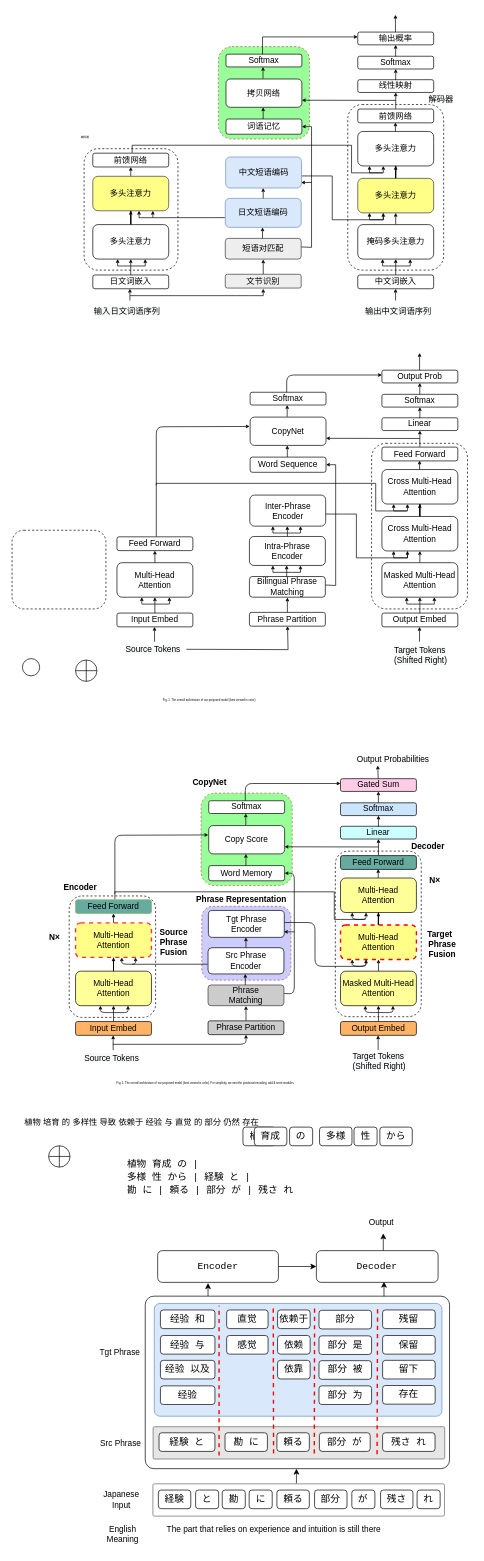
The draw.io diagram phraseNMT.drawio in lizezhonglaile/drawio, before the edit. Source tidied: cells renumbered, new cells numbered last; positions are measured from the earlier drawing's top-left corner, leaving out a move shared by most shapes. Both pictures are drawn from the tidied source at 69%, with x=0, y=0 at pixel (12, 14).
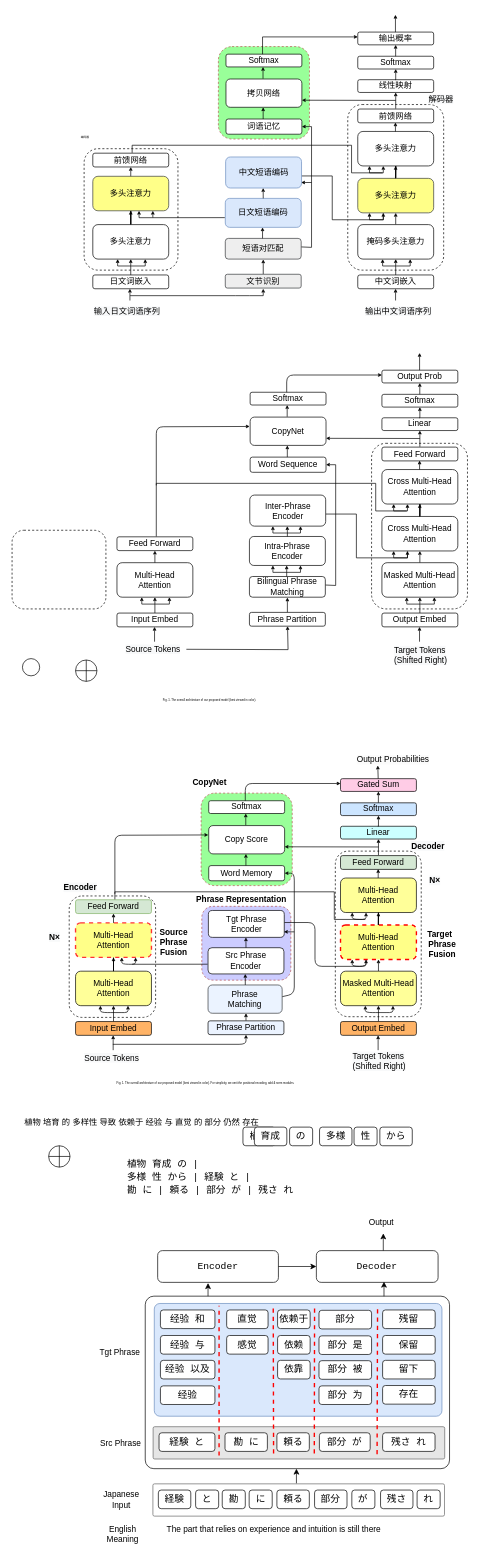
The same page after the edit.

Change to the diagram source:
```diff
@@
-    <mxCell id="62" value="Phrase&lt;br&gt;Matching" style="rounded=1;whiteSpace=wrap;html=1;fillColor=#CCCCCC;strokeColor=#36393d;" parent="1" vertex="1">
-      <mxGeometry x="284" y="1406" width="110" height="30" as="geometry" />
+    <mxCell id="62" value="Phrase&lt;br&gt;Matching" style="rounded=1;whiteSpace=wrap;html=1;fillColor=#EBF3FF;strokeColor=#36393d;" parent="1" vertex="1">
+      <mxGeometry x="284" y="1406" width="107.4" height="41" as="geometry" />
     </mxCell>
@@
-    <mxCell id="66" style="edgeStyle=orthogonalEdgeStyle;rounded=0;orthogonalLoop=1;jettySize=auto;html=1;entryX=0.5;entryY=1;entryDx=0;entryDy=0;endSize=3;startSize=3;exitX=0.5;exitY=0;exitDx=0;exitDy=0;" parent="1" edge="1">
+    <mxCell id="66" style="edgeStyle=orthogonalEdgeStyle;rounded=0;jettySize=auto;html=1;endSize=3;startSize=3;exitX=0.5;exitY=0;exitDx=0;exitDy=0;" parent="1" edge="1" source="180">
       <mxGeometry relative="1" as="geometry">
-        <mxPoint x="339" y="1458" as="sourcePoint" />
-        <mxPoint x="339" y="1436.5" as="targetPoint" />
+        <mxPoint x="339" y="1447" as="targetPoint" />
       </mxGeometry>
     </mxCell>
@@
-    <mxCell id="83" value="&lt;span&gt;Feed Forward&lt;/span&gt;" style="rounded=1;whiteSpace=wrap;html=1;fillColor=#67AB9F;strokeColor=#82b366;" parent="1" vertex="1">
+    <mxCell id="83" value="&lt;span&gt;Feed Forward&lt;/span&gt;" style="rounded=1;whiteSpace=wrap;html=1;fillColor=#D5E8D4;strokeColor=#82b366;" parent="1" vertex="1">
       <mxGeometry x="92" y="1282.5" width="110" height="20" as="geometry" />
     </mxCell>
@@
-    <mxCell id="89" value="&lt;span&gt;Feed Forward&lt;/span&gt;" style="rounded=1;whiteSpace=wrap;html=1;fillColor=#67AB9F;" parent="1" vertex="1">
+    <mxCell id="89" value="&lt;span&gt;Feed Forward&lt;/span&gt;" style="rounded=1;whiteSpace=wrap;html=1;fillColor=#D5E8D4;" parent="1" vertex="1">
       <mxGeometry x="476" y="1218.5" width="110" height="20" as="geometry" />
     </mxCell>
@@
-    <mxCell id="180" value="Phrase Partition" style="rounded=1;whiteSpace=wrap;html=1;fillColor=#CCCCCC;" parent="1" vertex="1">
+    <mxCell id="180" value="Phrase Partition" style="rounded=1;whiteSpace=wrap;html=1;fillColor=#EBF3FF;" parent="1" vertex="1">
       <mxGeometry x="284" y="1458" width="110" height="20" as="geometry" />
     </mxCell>
```
